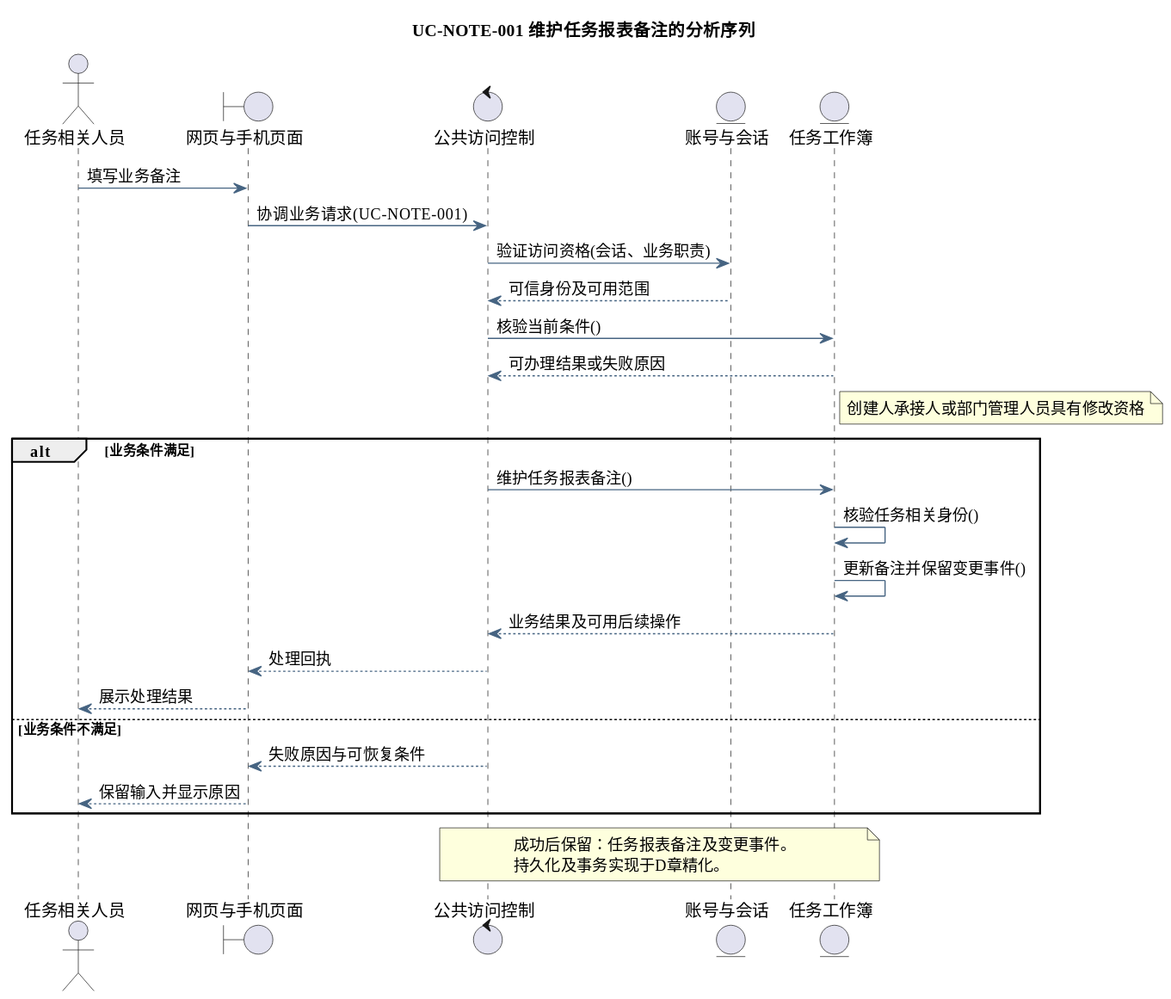
Earlier version of the PlantUML export docs/diagrams/analysis/seq-uc-note-001.svg (tccc1csu/miniprogram-csu).
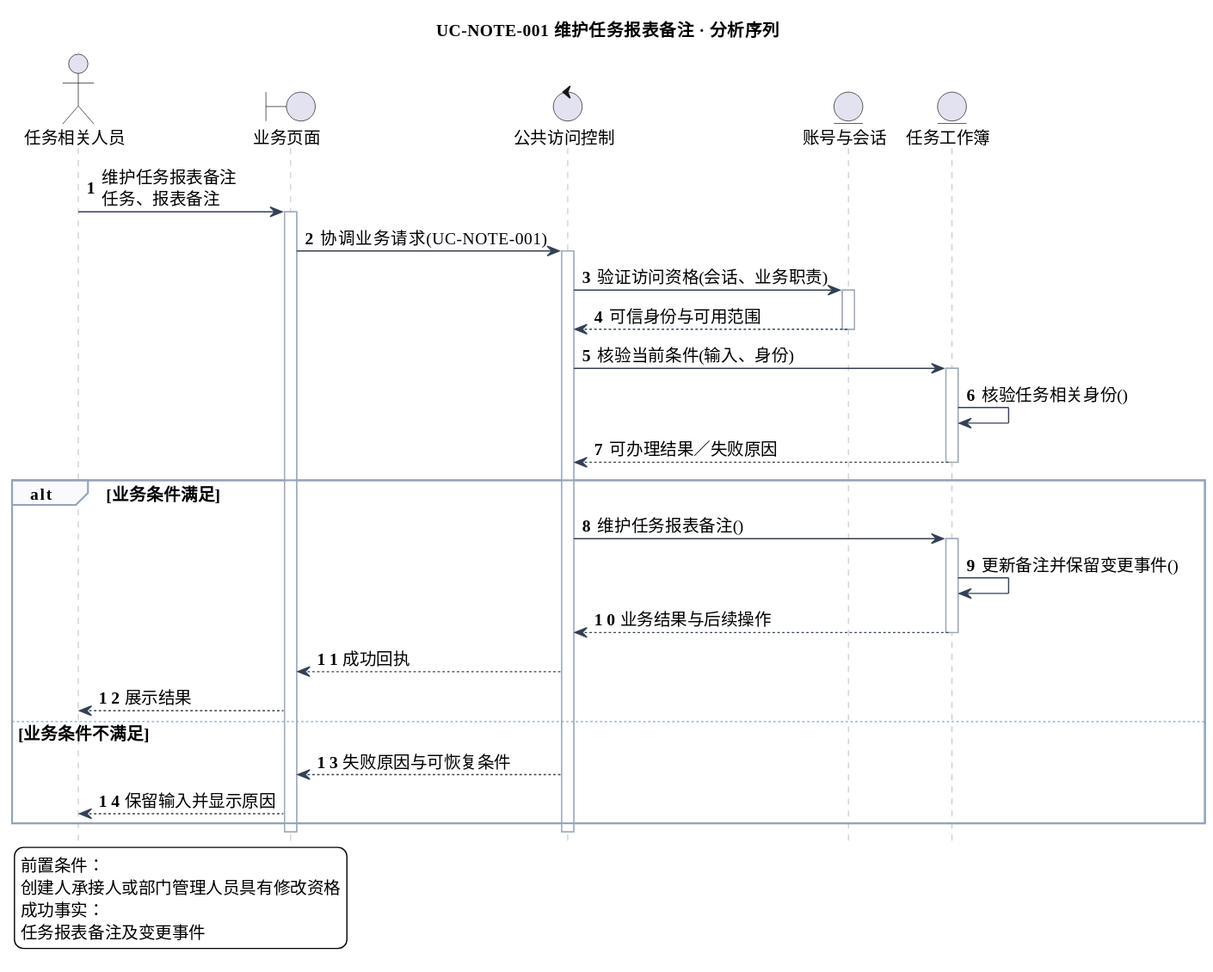
After the change.

Diff of the diagram source:
```diff
@@ -5,34 +5,52 @@
 skinparam ArrowColor #466482
 skinparam classAttributeIconSize 0
 hide empty members
-title UC-NOTE-001 维护任务报表备注的分析序列
+skinparam defaultFontSize 14
+skinparam sequenceLifeLineBorderColor #9AA8B8
+skinparam sequenceArrowColor #334155
+skinparam sequenceGroupBorderColor #94A3B8
+skinparam sequenceGroupBackgroundColor #F8FAFC
+skinparam sequenceParticipantPadding 18
+skinparam maxMessageSize 240
+hide footbox
+autonumber
+title UC-NOTE-001 维护任务报表备注 · 分析序列
 actor "任务相关人员" as actor
-boundary "网页与手机页面" as page
+boundary "业务页面" as page
 control "公共访问控制" as ctl
 entity "账号与会话" as identity
 entity "任务工作簿" as model
-actor -> page : 填写业务备注
+actor -> page : 维护任务报表备注\n任务、报表备注
+activate page
 page -> ctl : 协调业务请求(UC-NOTE-001)
+activate ctl
 ctl -> identity : 验证访问资格(会话、业务职责)
-identity --> ctl : 可信身份及可用范围
-ctl -> model : 核验当前条件()
-model --> ctl : 可办理结果或失败原因
-note right of model
-创建人承接人或部门管理人员具有修改资格
-end note
+activate identity
+identity --> ctl : 可信身份与可用范围
+deactivate identity
+ctl -> model : 核验当前条件(输入、身份)
+activate model
+model -> model : 核验任务相关身份()
+model --> ctl : 可办理结果／失败原因
+deactivate model
 alt 业务条件满足
 ctl -> model : 维护任务报表备注()
-model -> model : 核验任务相关身份()
+activate model
 model -> model : 更新备注并保留变更事件()
-model --> ctl : 业务结果及可用后续操作
-ctl --> page : 处理回执
-page --> actor : 展示处理结果
+model --> ctl : 业务结果与后续操作
+deactivate model
+ctl --> page : 成功回执
+page --> actor : 展示结果
 else 业务条件不满足
 ctl --> page : 失败原因与可恢复条件
 page --> actor : 保留输入并显示原因
 end
-note over ctl,model
-成功后保留：任务报表备注及变更事件。
-持久化及事务实现于D章精化。
-end note
+deactivate ctl
+deactivate page
+legend bottom left
+前置条件：
+创建人承接人或部门管理人员具有修改资格
+成功事实：
+任务报表备注及变更事件
+endlegend
 @enduml
```
